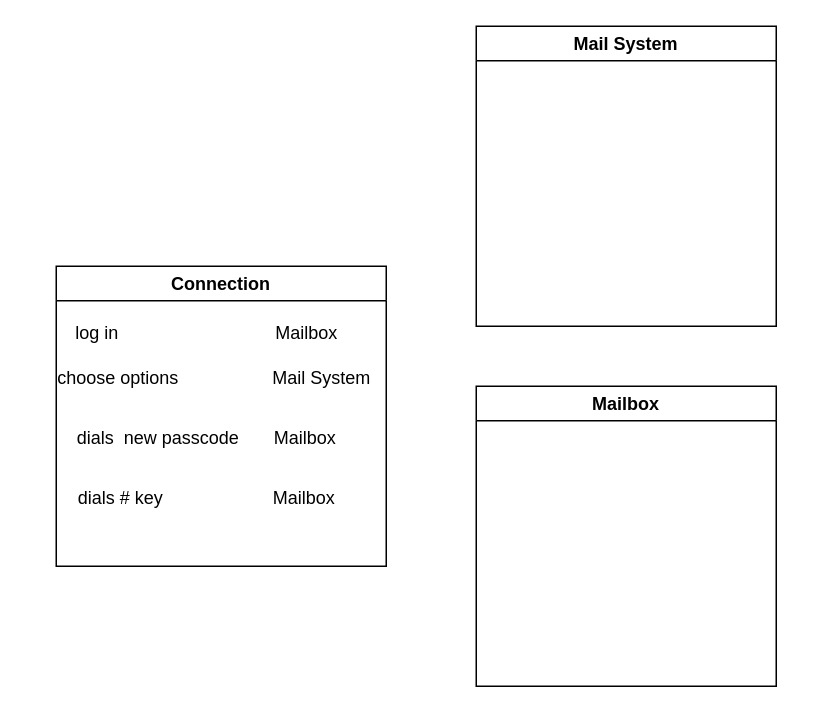
Earlier version of the draw.io diagram Biểu đồ không có tiêu đề.drawio (22022658NguyenTienKhoi/dict). Source tidied: cells renumbered, new cells numbered last; positions are measured from the earlier drawing's top-left corner, leaving out a move shared by most shapes. Both pictures are drawn from the tidied source at 150%, with x=0, y=0 at pixel (26, 26).
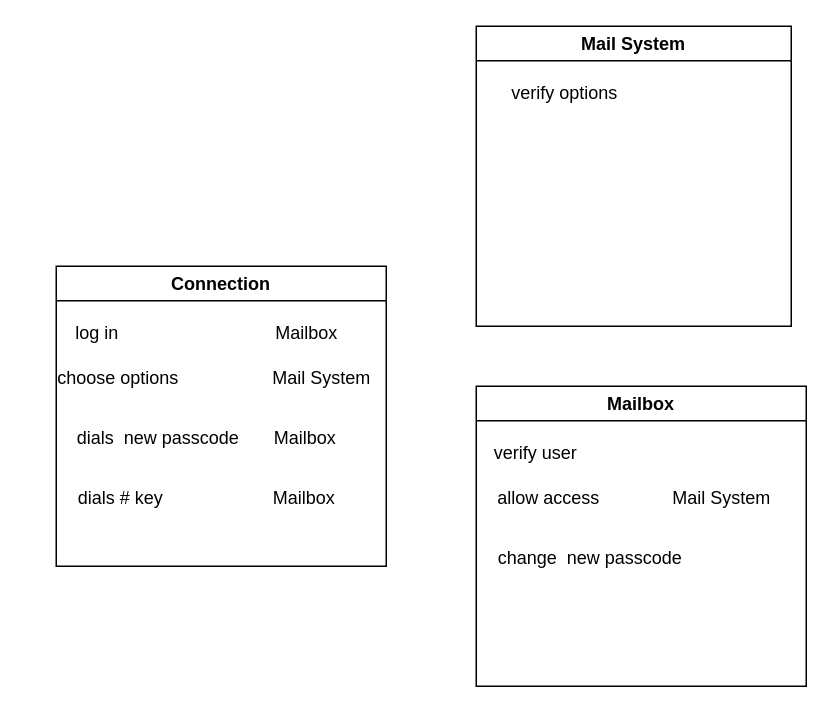
After the change.

Commit message (it also covers changes not shown here):
Cập nhật Biểu đồ không có tiêu đề.drawio

Change to the diagram source:
```diff
@@
 <mxGraphModel>
   <root>
     <mxCell id="0" />
     <mxCell id="1" parent="0" />
     <mxCell id="2" value="Connection" style="swimlane;whiteSpace=wrap;html=1;" parent="1" vertex="1">
       <mxGeometry x="20" y="160" width="220" height="200" as="geometry" />
     </mxCell>
     <mxCell id="3" value="log in&amp;nbsp;&lt;span style=&quot;white-space: pre;&quot;&gt;&#9;&lt;/span&gt;&lt;span style=&quot;white-space: pre;&quot;&gt;&#9;&lt;/span&gt;&lt;span style=&quot;white-space: pre;&quot;&gt;&#9;&lt;/span&gt;&lt;span style=&quot;white-space: pre;&quot;&gt;&#9;&lt;/span&gt;Mailbox" style="text;html=1;align=center;verticalAlign=middle;strokeColor=none;fillColor=none;" parent="2" vertex="1">
       <mxGeometry y="30" width="200" height="30" as="geometry" />
     </mxCell>
     <mxCell id="4" value="&amp;nbsp; &amp;nbsp;choose options&lt;span style=&quot;white-space: pre;&quot;&gt;&#9;&lt;/span&gt;&lt;span style=&quot;white-space: pre;&quot;&gt;&#9;&lt;/span&gt;&amp;nbsp; &amp;nbsp; &amp;nbsp; Mail System" style="text;html=1;align=center;verticalAlign=middle;strokeColor=none;fillColor=none;" parent="2" vertex="1">
       <mxGeometry x="-20" y="60" width="240" height="30" as="geometry" />
     </mxCell>
     <mxCell id="5" value="dials&amp;nbsp; new passcode&amp;nbsp; &amp;nbsp; &amp;nbsp; &amp;nbsp;Mailbox" style="text;html=1;align=center;verticalAlign=middle;strokeColor=none;fillColor=none;" parent="2" vertex="1">
       <mxGeometry y="100" width="200" height="30" as="geometry" />
     </mxCell>
     <mxCell id="6" value="dials # key&amp;nbsp; &amp;nbsp; &amp;nbsp; &amp;nbsp; &amp;nbsp; &amp;nbsp; &amp;nbsp; &amp;nbsp; &amp;nbsp; &amp;nbsp; &amp;nbsp; Mailbox" style="text;html=1;align=center;verticalAlign=middle;strokeColor=none;fillColor=none;" parent="2" vertex="1">
       <mxGeometry x="5" y="140" width="190" height="30" as="geometry" />
     </mxCell>
     <mxCell id="7" value="Mailbox" style="swimlane;whiteSpace=wrap;html=1;" parent="1" vertex="1">
-      <mxGeometry x="300" y="240" width="200" height="200" as="geometry" />
+      <mxGeometry x="300" y="240" width="220" height="200" as="geometry" />
     </mxCell>
+    <mxCell id="9" value="verify user&lt;span style=&quot;white-space: pre;&quot;&gt;&#9;&lt;/span&gt;&lt;span style=&quot;white-space: pre;&quot;&gt;&#9;&lt;/span&gt;" style="text;html=1;align=center;verticalAlign=middle;strokeColor=none;fillColor=none;" parent="7" vertex="1">
+      <mxGeometry y="30" width="130" height="30" as="geometry" />
+    </mxCell>
+    <mxCell id="10" value="&amp;nbsp; &amp;nbsp;allow access&lt;span style=&quot;white-space: pre;&quot;&gt;&#9;&lt;/span&gt;&lt;span style=&quot;white-space: pre;&quot;&gt;&#9;&lt;/span&gt;&amp;nbsp; &amp;nbsp; &amp;nbsp; Mail System" style="text;html=1;align=center;verticalAlign=middle;strokeColor=none;fillColor=none;" parent="7" vertex="1">
+      <mxGeometry x="-10" y="60" width="220" height="30" as="geometry" />
+    </mxCell>
+    <mxCell id="11" value="change&amp;nbsp; new passcode&amp;nbsp; &amp;nbsp; &amp;nbsp;" style="text;html=1;align=center;verticalAlign=middle;strokeColor=none;fillColor=none;" parent="7" vertex="1">
+      <mxGeometry x="4" y="100" width="160" height="30" as="geometry" />
+    </mxCell>
     <mxCell id="8" value="Mail System" style="swimlane;whiteSpace=wrap;html=1;" parent="1" vertex="1">
-      <mxGeometry x="300" width="200" height="200" as="geometry" />
+      <mxGeometry x="300" width="210" height="200" as="geometry" />
     </mxCell>
+    <mxCell id="12" value="&amp;nbsp; &amp;nbsp;verify options&lt;span style=&quot;white-space: pre;&quot;&gt;&#9;&lt;/span&gt;&lt;span style=&quot;white-space: pre;&quot;&gt;&#9;&lt;/span&gt;&amp;nbsp; &amp;nbsp; &amp;nbsp;&amp;nbsp;" style="text;html=1;align=center;verticalAlign=middle;strokeColor=none;fillColor=none;" parent="8" vertex="1">
+      <mxGeometry y="30" width="180" height="30" as="geometry" />
+    </mxCell>
   </root>
 </mxGraphModel>
```
